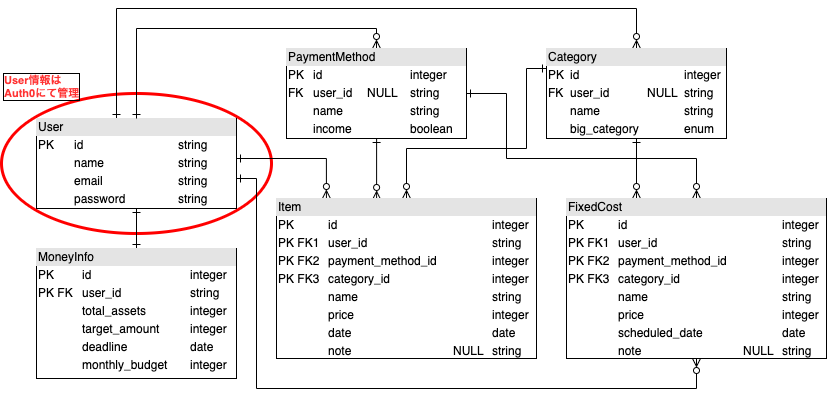
Above: frontend/src/image/ER.png in nobumitsu-1995/KakeiboApp_V2_front (draw.io), before the change. Source tidied: cells renumbered, new cells last; positions are measured from the earlier drawing's top-left corner, leaving out a move shared by most shapes.
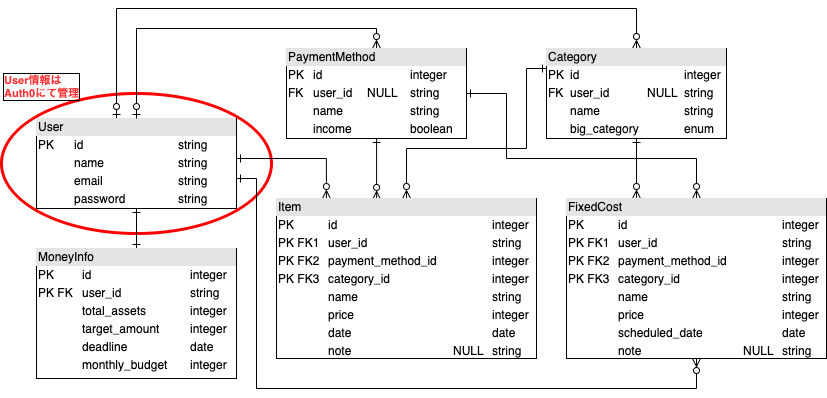
The same file after the commit.

What changed in the source:
```diff
@@ -8,7 +8,7 @@
     <mxCell id="3" style="edgeStyle=orthogonalEdgeStyle;rounded=0;jettySize=auto;html=1;startArrow=ERone;startFill=0;endArrow=ERone;endFill=0;" parent="1" edge="1" source="6" target="7">
       <mxGeometry relative="1" as="geometry" />
     </mxCell>
-    <mxCell id="4" style="edgeStyle=orthogonalEdgeStyle;rounded=0;jettySize=auto;html=1;startArrow=ERone;startFill=0;endArrow=ERzeroToMany;endFill=0;" parent="1" edge="1" source="6" target="14">
+    <mxCell id="4" style="edgeStyle=orthogonalEdgeStyle;rounded=0;jettySize=auto;html=1;startArrow=ERzeroToOne;startFill=0;endArrow=ERzeroToMany;endFill=0;" parent="1" edge="1" source="6" target="14">
       <mxGeometry relative="1" as="geometry">
         <Array as="points">
           <mxPoint x="115" />
@@ -29,7 +29,7 @@
     <mxCell id="7" value="&lt;div style=&quot;box-sizing: border-box ; width: 100% ; background: #e4e4e4 ; padding: 2px&quot;&gt;MoneyInfo&lt;/div&gt;&lt;table style=&quot;width: 100% ; font-size: 1em&quot; cellpadding=&quot;2&quot; cellspacing=&quot;0&quot;&gt;&lt;tbody&gt;&lt;tr&gt;&lt;td&gt;PK&lt;/td&gt;&lt;td&gt;id&lt;/td&gt;&lt;td&gt;&lt;br&gt;&lt;/td&gt;&lt;td&gt;integer&lt;/td&gt;&lt;/tr&gt;&lt;tr&gt;&lt;td&gt;PK FK&lt;/td&gt;&lt;td&gt;user_id&lt;/td&gt;&lt;td&gt;&lt;br&gt;&lt;/td&gt;&lt;td&gt;string&lt;/td&gt;&lt;/tr&gt;&lt;tr&gt;&lt;td&gt;&lt;/td&gt;&lt;td&gt;total_assets&lt;br&gt;&lt;/td&gt;&lt;td&gt;&lt;br&gt;&lt;/td&gt;&lt;td&gt;integer&lt;/td&gt;&lt;/tr&gt;&lt;tr&gt;&lt;td&gt;&lt;br&gt;&lt;/td&gt;&lt;td&gt;target_amount&lt;/td&gt;&lt;td&gt;&lt;br&gt;&lt;/td&gt;&lt;td&gt;integer&lt;/td&gt;&lt;/tr&gt;&lt;tr&gt;&lt;td&gt;&lt;br&gt;&lt;/td&gt;&lt;td&gt;deadline&lt;/td&gt;&lt;td&gt;&lt;br&gt;&lt;/td&gt;&lt;td&gt;date&lt;/td&gt;&lt;/tr&gt;&lt;tr&gt;&lt;td&gt;&lt;br&gt;&lt;/td&gt;&lt;td&gt;monthly_budget&lt;/td&gt;&lt;td&gt;&lt;br&gt;&lt;/td&gt;&lt;td&gt;integer&lt;/td&gt;&lt;/tr&gt;&lt;/tbody&gt;&lt;/table&gt;" style="verticalAlign=top;align=left;overflow=fill;html=1;" parent="1" vertex="1">
       <mxGeometry x="35" y="240" width="200" height="130" as="geometry" />
     </mxCell>
-    <mxCell id="8" style="edgeStyle=orthogonalEdgeStyle;rounded=0;jettySize=auto;html=1;startArrow=ERzeroToMany;startFill=0;endArrow=ERone;endFill=0;entryX=0.5;entryY=0;entryDx=0;entryDy=0;" parent="1" edge="1" source="11" target="6">
+    <mxCell id="8" style="edgeStyle=orthogonalEdgeStyle;rounded=0;jettySize=auto;html=1;startArrow=ERzeroToMany;startFill=0;endArrow=ERzeroToOne;endFill=0;entryX=0.5;entryY=0;entryDx=0;entryDy=0;" parent="1" edge="1" source="11" target="6">
       <mxGeometry relative="1" as="geometry">
         <Array as="points">
           <mxPoint x="375" y="20" />
```
